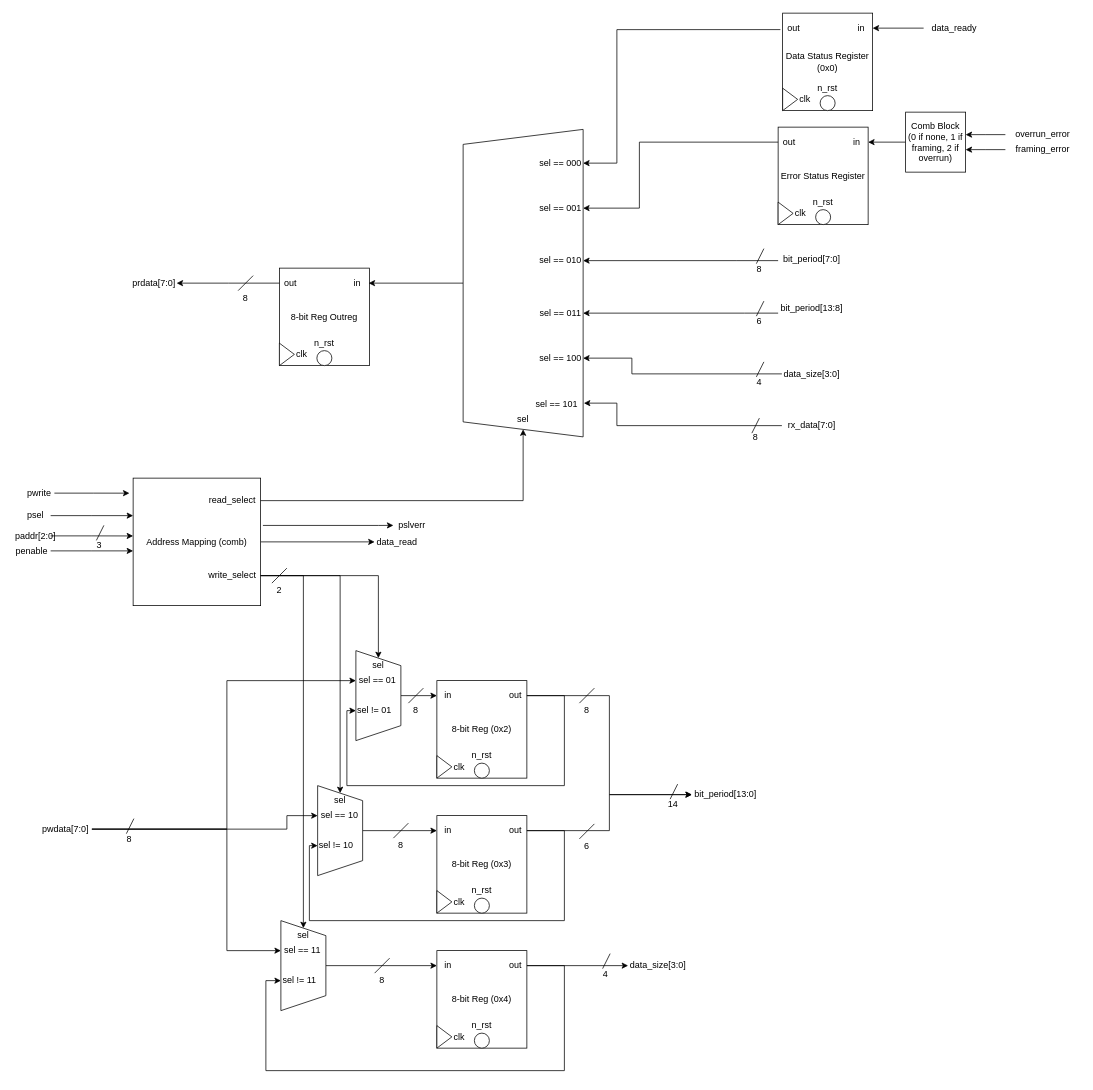
Above: Lab8/docs/APB_RTL.drawio in awesomeaiden/337labs (draw.io), before the change. Source tidied: cells renumbered, new cells numbered last; positions are measured from the earlier drawing's top-left corner, leaving out a move shared by most shapes. Both pictures are drawn from the tidied source at 75%, with x=0, y=0 at pixel (13, 13).
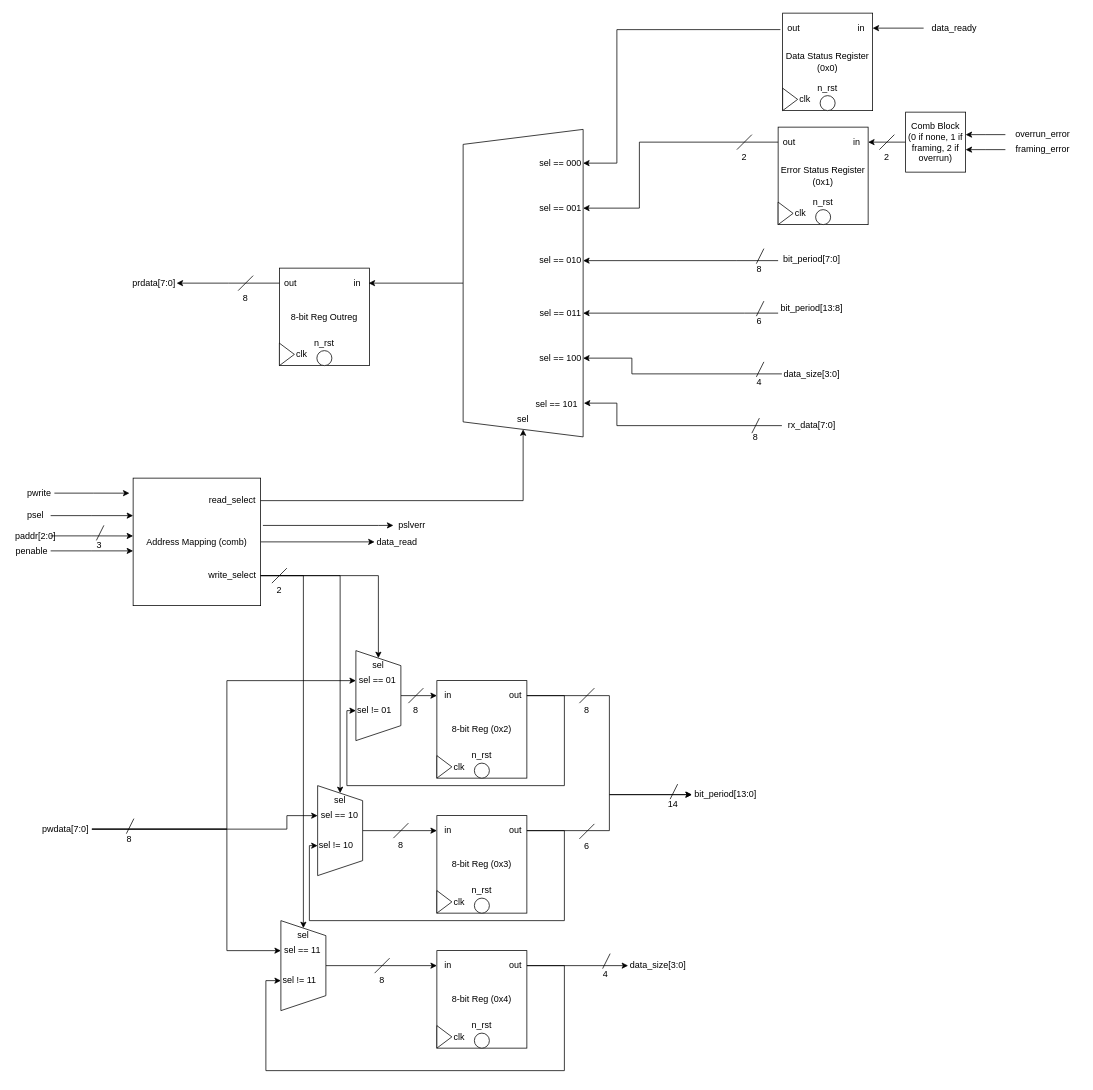
The same diagram, later.

Commit message (it also covers changes not shown here):
Lab 8 prep done

Change to the diagram source:
```diff
@@
-    <mxCell id="127" value="Error Status Register" style="rounded=0;whiteSpace=wrap;html=1;" parent="1" vertex="1">
+    <mxCell id="127" value="Error Status Register (0x1)" style="rounded=0;whiteSpace=wrap;html=1;" parent="1" vertex="1">
       <mxGeometry x="1020" y="152" width="120" height="130" as="geometry" />
     </mxCell>
@@
+    <mxCell id="149" style="endArrow=none;html=1;" parent="1" edge="1">
+      <mxGeometry relative="1" as="geometry">
+        <mxPoint x="965" y="182" as="sourcePoint" />
+        <mxPoint x="985" y="162" as="targetPoint" />
+      </mxGeometry>
+    </mxCell>
+    <mxCell id="150" value="2" style="text;html=1;strokeColor=none;fillColor=none;align=center;verticalAlign=middle;whiteSpace=wrap;rounded=0;" parent="1" vertex="1">
+      <mxGeometry x="965" y="182" width="20" height="20" as="geometry" />
+    </mxCell>
+    <mxCell id="151" style="endArrow=none;html=1;" parent="1" edge="1">
+      <mxGeometry relative="1" as="geometry">
+        <mxPoint x="1155" y="182" as="sourcePoint" />
+        <mxPoint x="1175" y="162" as="targetPoint" />
+      </mxGeometry>
+    </mxCell>
+    <mxCell id="152" value="2" style="text;html=1;strokeColor=none;fillColor=none;align=center;verticalAlign=middle;whiteSpace=wrap;rounded=0;" parent="1" vertex="1">
+      <mxGeometry x="1155" y="182" width="20" height="20" as="geometry" />
+    </mxCell>
```
